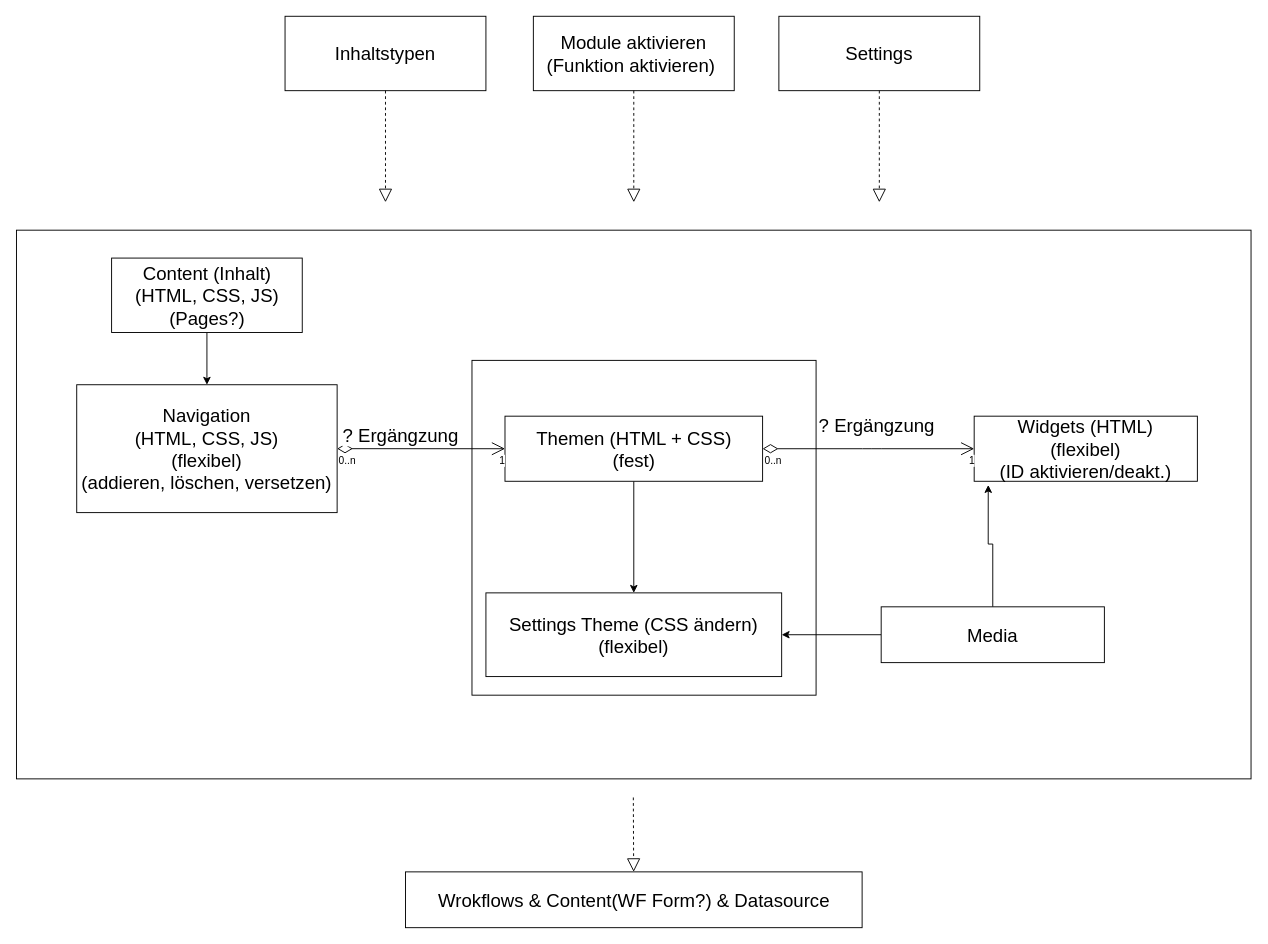
Above: Einrichtungsreihfolge.drawio in masteryijian/Hallo-World- (draw.io), before the change. Source tidied: cells renumbered, new cells numbered last; positions are measured from the earlier drawing's top-left corner, leaving out a move shared by most shapes. Both pictures are drawn from the tidied source at 93%, with x=0, y=0 at pixel (16, 16).
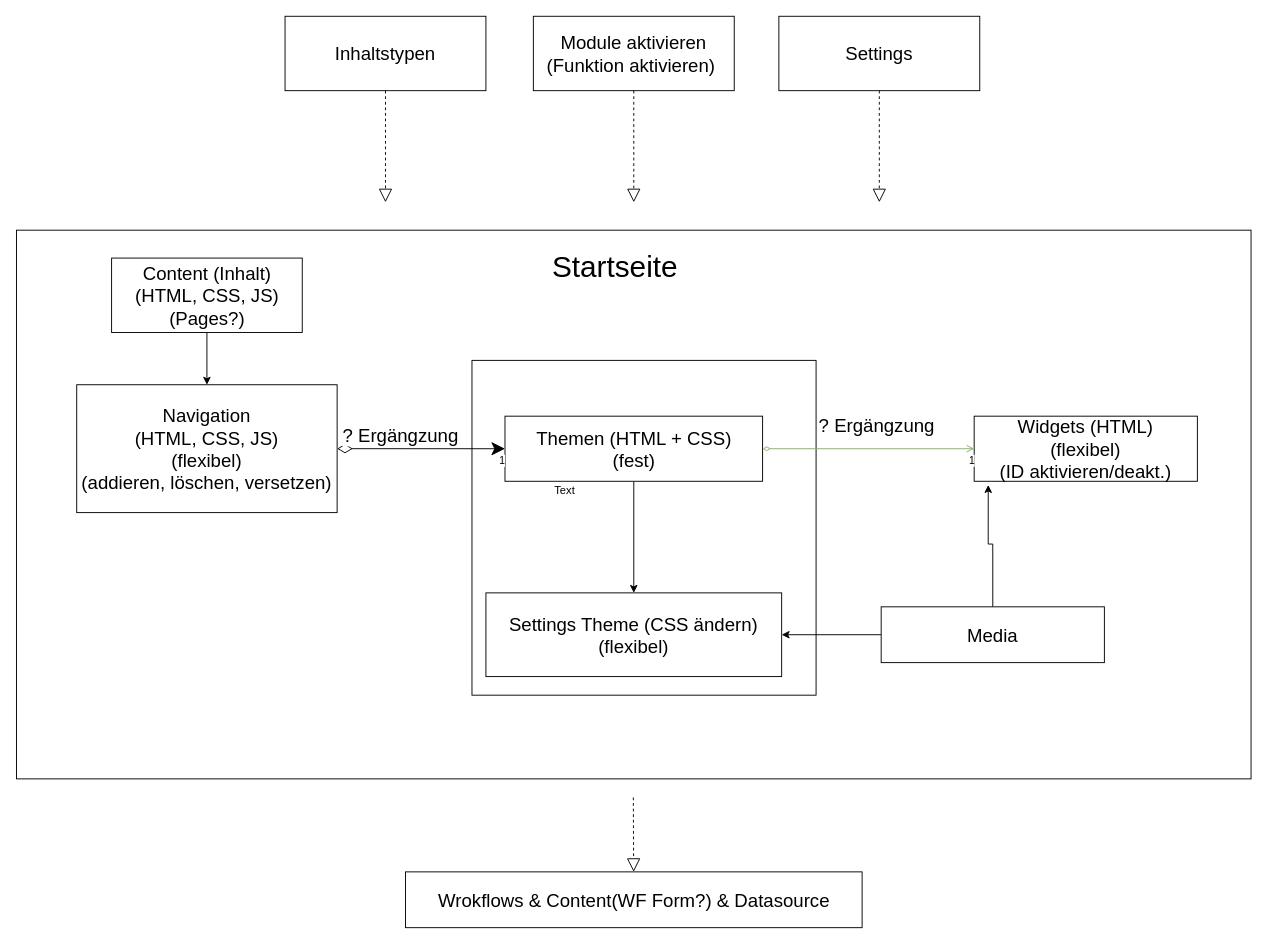
The same diagram, later.

Unchanged cells that the change refers to:
```xml
<mxCell id="7" value="Themen (HTML + CSS)&lt;br&gt;(fest)" style="rounded=0;whiteSpace=wrap;html=1;fontSize=20;" parent="1" vertex="1">
  <mxGeometry x="525.5" y="430" width="277" height="70" as="geometry" />
</mxCell>
<mxCell id="8" value="Widgets (HTML)&lt;br&gt;(flexibel)&lt;br&gt;(ID aktivieren/deakt.)" style="rounded=0;whiteSpace=wrap;html=1;fontSize=20;" parent="1" vertex="1">
  <mxGeometry x="1030" y="430" width="240" height="70" as="geometry" />
</mxCell>
<mxCell id="15" value="Navigation&lt;br&gt;(HTML, CSS, JS)&lt;br&gt;(flexibel)&lt;br&gt;(addieren, löschen, versetzen)" style="rounded=0;whiteSpace=wrap;html=1;fontSize=20;" parent="1" vertex="1">
  <mxGeometry x="65" y="396.2" width="280" height="137.5" as="geometry" />
</mxCell>
```

The edit, as a diff of the source:
```diff
@@
-    <mxCell id="9" value="? Ergängzung" style="endArrow=open;html=1;endSize=12;startArrow=diamondThin;startSize=14;startFill=0;edgeStyle=orthogonalEdgeStyle;fontSize=20;exitX=1;exitY=0.5;exitDx=0;exitDy=0;entryX=0;entryY=0.5;entryDx=0;entryDy=0;" parent="1" edge="1" source="7" target="8">
-      <mxGeometry x="0.07" y="25" relative="1" as="geometry">
-        <Array as="points">
-          <mxPoint x="920" y="465" />
-          <mxPoint x="920" y="465" />
-        </Array>
-      </mxGeometry>
+    <mxCell id="9" value="? Ergängzung" style="endArrow=open;html=1;startArrow=diamondThin;startFill=0;fontSize=20;exitX=1;exitY=0.5;exitDx=0;exitDy=0;entryX=0;entryY=0.5;entryDx=0;entryDy=0;fillColor=#d5e8d4;strokeColor=#82b366;" parent="1" edge="1" source="7" target="8">
+      <mxGeometry x="0.07" y="25" relative="1" as="geometry" />
     </mxCell>
-    <mxCell id="10" value="0..n" style="edgeLabel;html=1;align=left;verticalAlign=top;" parent="9" vertex="1">
-      <mxGeometry x="-1" relative="1" as="geometry" />
-    </mxCell>
@@
-    <mxCell id="18" value="? Ergängzung" style="endArrow=open;html=1;endSize=12;startArrow=diamondThin;startSize=14;startFill=0;edgeStyle=orthogonalEdgeStyle;fontSize=20;exitX=1;exitY=0.5;exitDx=0;exitDy=0;entryX=0;entryY=0.5;entryDx=0;entryDy=0;" parent="1" edge="1" source="15" target="7">
+    <mxCell id="18" value="? Ergängzung" style="endArrow=classic;html=1;endSize=12;startArrow=diamondThin;startSize=14;startFill=0;edgeStyle=orthogonalEdgeStyle;fontSize=20;exitX=1;exitY=0.5;exitDx=0;exitDy=0;entryX=0;entryY=0.5;entryDx=0;entryDy=0;endFill=1;" parent="1" edge="1" source="15" target="7">
       <mxGeometry x="-0.25" y="15" relative="1" as="geometry" />
     </mxCell>
-    <mxCell id="19" value="0..n" style="edgeLabel;html=1;align=left;verticalAlign=top;" parent="18" vertex="1">
-      <mxGeometry x="-1" relative="1" as="geometry" />
-    </mxCell>
@@
+    <mxCell id="28" value="Text" style="text;html=1;strokeColor=none;fillColor=none;align=center;verticalAlign=middle;whiteSpace=wrap;rounded=0;" parent="1" vertex="1">
+      <mxGeometry x="570" y="500" width="40" height="20" as="geometry" />
+    </mxCell>
+    <mxCell id="29" value="&lt;font style=&quot;font-size: 32px&quot;&gt;Startseite&lt;/font&gt;" style="text;html=1;strokeColor=none;fillColor=none;align=center;verticalAlign=middle;whiteSpace=wrap;rounded=0;" parent="1" vertex="1">
+      <mxGeometry x="624" y="260" width="40" height="20" as="geometry" />
+    </mxCell>
```
